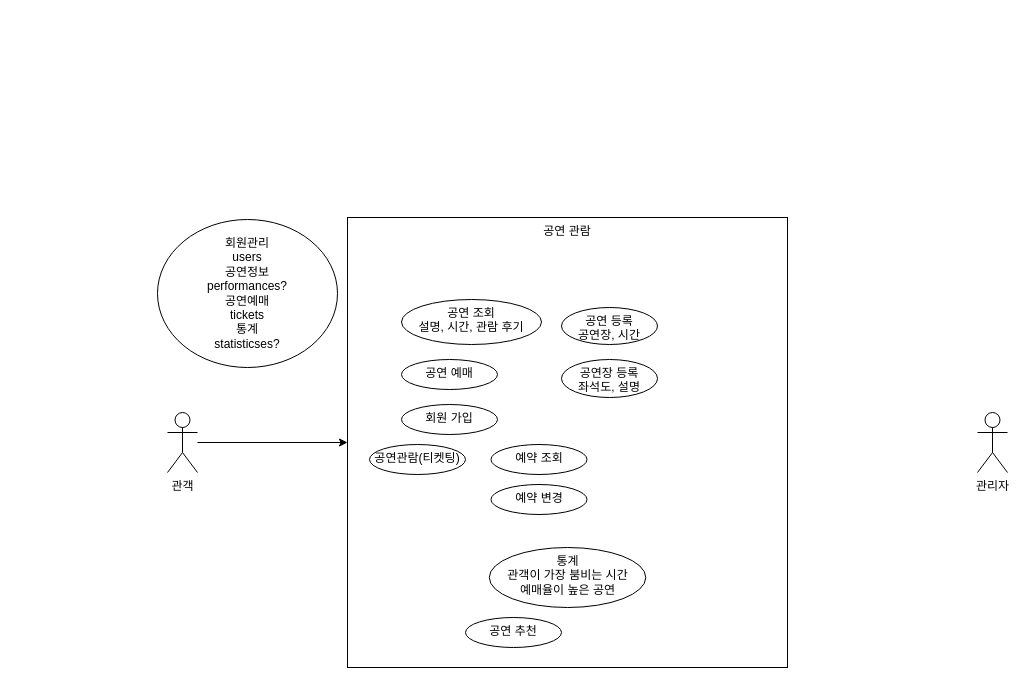
Earlier version of the draw.io diagram requirements.drawio (hunjuly/rehearsal). Source tidied: cells renumbered, new cells numbered last; positions are measured from the earlier drawing's top-left corner, leaving out a move shared by most shapes. Both pictures are drawn from the tidied source at 100%, with x=0, y=0 at pixel (157, 217).
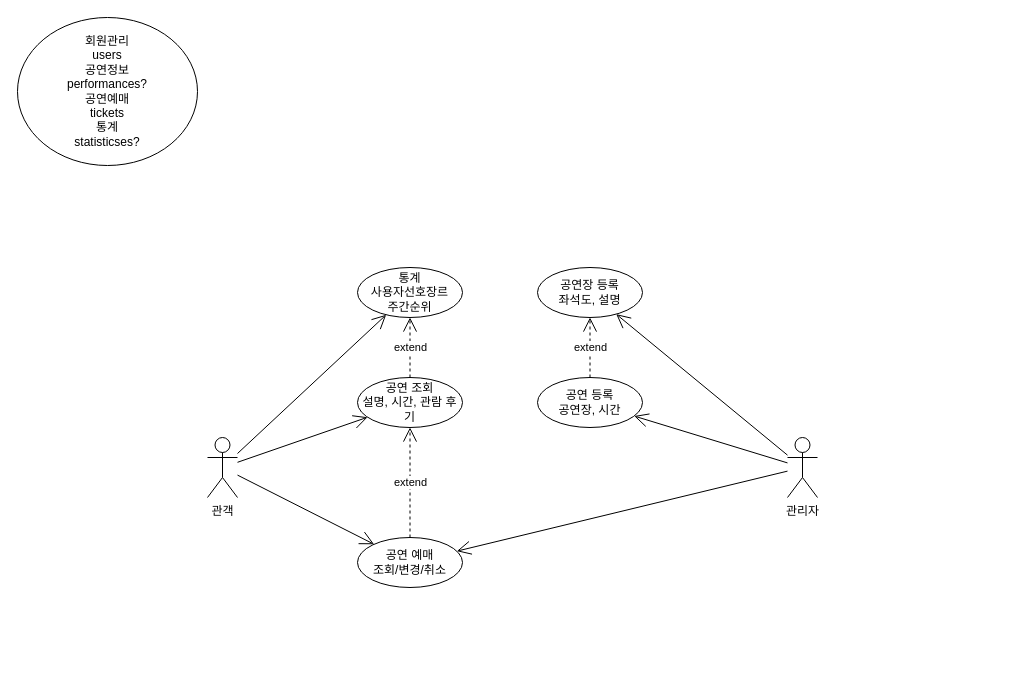
The same diagram, later.

Change to the diagram source:
```diff
@@
 <mxGraphModel>
   <root>
     <mxCell id="0" />
     <mxCell id="1" parent="0" />
-    <mxCell id="2" style="edgeStyle=orthogonalEdgeStyle;rounded=0;jettySize=auto;html=1;" parent="1" edge="1" source="3" target="5">
-      <mxGeometry relative="1" as="geometry" />
-    </mxCell>
     <mxCell id="3" value="관객" style="shape=umlActor;verticalLabelPosition=bottom;verticalAlign=top;html=1;outlineConnect=0;" parent="1" vertex="1">
-      <mxGeometry x="10" y="195" width="30" height="60" as="geometry" />
+      <mxGeometry x="50" y="220" width="30" height="60" as="geometry" />
     </mxCell>
     <mxCell id="4" value="관리자" style="shape=umlActor;verticalLabelPosition=bottom;verticalAlign=top;html=1;outlineConnect=0;" parent="1" vertex="1">
-      <mxGeometry x="820" y="195" width="30" height="60" as="geometry" />
+      <mxGeometry x="630" y="220" width="30" height="60" as="geometry" />
     </mxCell>
-    <mxCell id="5" value="공연 관람" style="whiteSpace=wrap;html=1;verticalAlign=top;" parent="1" vertex="1">
-      <mxGeometry x="190" width="440" height="450" as="geometry" />
-    </mxCell>
-    <mxCell id="6" value="공연 조회&lt;br&gt;설명, 시간, 관람 후기" style="ellipse;whiteSpace=wrap;html=1;verticalAlign=top;" parent="1" vertex="1">
-      <mxGeometry x="244" y="82" width="140" height="45" as="geometry" />
-    </mxCell>
-    <mxCell id="7" value="공연 예매" style="ellipse;whiteSpace=wrap;html=1;verticalAlign=top;" parent="1" vertex="1">
-      <mxGeometry x="244" y="142" width="96" height="30" as="geometry" />
-    </mxCell>
-    <mxCell id="8" value="공연 등록&lt;br&gt;공연장, 시간" style="ellipse;whiteSpace=wrap;html=1;verticalAlign=top;" parent="1" vertex="1">
-      <mxGeometry x="404" y="90" width="96" height="37" as="geometry" />
+    <mxCell id="8" value="공연 등록&lt;br&gt;공연장, 시간" style="ellipse;whiteSpace=wrap;html=1;verticalAlign=middle;" parent="1" vertex="1">
+      <mxGeometry x="380" y="160" width="105" height="50" as="geometry" />
     </mxCell>
-    <mxCell id="9" value="공연장 등록&lt;br&gt;좌석도, 설명" style="ellipse;whiteSpace=wrap;html=1;verticalAlign=top;" parent="1" vertex="1">
-      <mxGeometry x="404" y="142" width="96" height="38" as="geometry" />
+    <mxCell id="9" value="공연장 등록&lt;br&gt;좌석도, 설명" style="ellipse;whiteSpace=wrap;html=1;verticalAlign=middle;" parent="1" vertex="1">
+      <mxGeometry x="380" y="50" width="105" height="50" as="geometry" />
     </mxCell>
-    <mxCell id="10" value="회원 가입" style="ellipse;whiteSpace=wrap;html=1;verticalAlign=top;" parent="1" vertex="1">
-      <mxGeometry x="244" y="187" width="96" height="30" as="geometry" />
-    </mxCell>
-    <mxCell id="11" value="예약 조회" style="ellipse;whiteSpace=wrap;html=1;verticalAlign=top;" parent="1" vertex="1">
-      <mxGeometry x="333.5" y="227" width="96" height="30" as="geometry" />
-    </mxCell>
-    <mxCell id="12" value="예약 변경" style="ellipse;whiteSpace=wrap;html=1;verticalAlign=top;" parent="1" vertex="1">
-      <mxGeometry x="333.5" y="267" width="96" height="30" as="geometry" />
-    </mxCell>
-    <mxCell id="13" value="통계&lt;br&gt;관객이 가장 붐비는 시간&lt;br&gt;예매율이 높은 공연" style="ellipse;whiteSpace=wrap;html=1;verticalAlign=top;" parent="1" vertex="1">
-      <mxGeometry x="331.8" y="330" width="156.5" height="60" as="geometry" />
-    </mxCell>
-    <mxCell id="14" value="공연 추천" style="ellipse;whiteSpace=wrap;html=1;verticalAlign=top;" parent="1" vertex="1">
-      <mxGeometry x="308" y="400" width="96" height="30" as="geometry" />
-    </mxCell>
+    <mxCell id="6" value="공연 조회&lt;br&gt;설명, 시간, 관람 후기" style="ellipse;whiteSpace=wrap;html=1;verticalAlign=middle;" parent="1" vertex="1">
+      <mxGeometry x="200" y="160" width="105" height="50" as="geometry" />
+    </mxCell>
+    <mxCell id="17" value="공연 예매&lt;br&gt;조회/변경/취소" style="ellipse;whiteSpace=wrap;html=1;verticalAlign=middle;" parent="1" vertex="1">
+      <mxGeometry x="200" y="320" width="105" height="50" as="geometry" />
+    </mxCell>
+    <mxCell id="18" value="통계&lt;br&gt;사용자선호장르&lt;br&gt;주간순위" style="ellipse;whiteSpace=wrap;html=1;verticalAlign=middle;" parent="1" vertex="1">
+      <mxGeometry x="200" y="50" width="105" height="50" as="geometry" />
+    </mxCell>
-    <mxCell id="15" value="회원관리&lt;br&gt;users&lt;br&gt;공연정보&lt;br&gt;performances?&lt;br&gt;공연예매&lt;br&gt;tickets&lt;br&gt;통계&lt;br&gt;statisticses?" style="ellipse;whiteSpace=wrap;html=1;" parent="1" vertex="1">
-      <mxGeometry y="2" width="180" height="148" as="geometry" />
+    <mxCell id="15" value="회원관리&lt;br&gt;users&lt;br&gt;공연정보&lt;br&gt;performances?&lt;br&gt;공연예매&lt;br&gt;tickets&lt;br&gt;통계&lt;br&gt;statisticses?" style="ellipse;whiteSpace=wrap;html=1;verticalAlign=middle;" parent="1" vertex="1">
+      <mxGeometry x="-140" y="-200" width="180" height="148" as="geometry" />
     </mxCell>
-    <mxCell id="16" value="공연관람(티켓팅)" style="ellipse;whiteSpace=wrap;html=1;verticalAlign=top;" parent="1" vertex="1">
-      <mxGeometry x="212" y="227" width="96" height="30" as="geometry" />
-    </mxCell>
+    <mxCell id="19" value="extend" style="endArrow=open;endSize=12;dashed=1;html=1;rounded=0;verticalAlign=middle;" parent="1" edge="1" source="8" target="9">
+      <mxGeometry relative="1" as="geometry" />
+    </mxCell>
+    <mxCell id="20" style="endArrow=open;endFill=1;endSize=12;html=1;rounded=0;verticalAlign=middle;" parent="1" edge="1" source="4" target="9">
+      <mxGeometry relative="1" as="geometry" />
+    </mxCell>
+    <mxCell id="21" style="endArrow=open;endFill=1;endSize=12;html=1;rounded=0;verticalAlign=middle;" parent="1" edge="1" source="4" target="8">
+      <mxGeometry relative="1" as="geometry" />
+    </mxCell>
+    <mxCell id="22" value="extend" style="endArrow=open;endSize=12;dashed=1;html=1;rounded=0;verticalAlign=middle;" parent="1" edge="1" source="17" target="6">
+      <mxGeometry relative="1" as="geometry" />
+    </mxCell>
+    <mxCell id="23" style="endArrow=open;endFill=1;endSize=12;html=1;rounded=0;verticalAlign=middle;" parent="1" edge="1" source="3" target="6">
+      <mxGeometry relative="1" as="geometry" />
+    </mxCell>
+    <mxCell id="24" style="endArrow=open;endFill=1;endSize=12;html=1;rounded=0;verticalAlign=middle;" parent="1" edge="1" source="3" target="17">
+      <mxGeometry relative="1" as="geometry" />
+    </mxCell>
+    <mxCell id="25" value="extend" style="endArrow=open;endSize=12;dashed=1;html=1;rounded=0;verticalAlign=middle;" parent="1" edge="1" source="6" target="18">
+      <mxGeometry relative="1" as="geometry" />
+    </mxCell>
+    <mxCell id="26" style="endArrow=open;endFill=1;endSize=12;html=1;rounded=0;verticalAlign=middle;" parent="1" edge="1" source="3" target="18">
+      <mxGeometry relative="1" as="geometry" />
+    </mxCell>
+    <mxCell id="27" style="endArrow=open;endFill=1;endSize=12;html=1;rounded=0;verticalAlign=middle;" parent="1" edge="1" source="4" target="17">
+      <mxGeometry relative="1" as="geometry" />
+    </mxCell>
   </root>
 </mxGraphModel>
```
